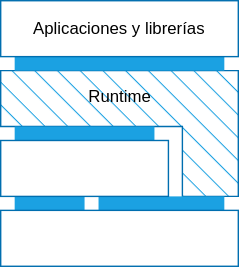
The draw.io diagram diagrams/Virtualization_Process.svg in ucudal/ANDIS_Conceptos, before a commit. Source tidied: cells renumbered, new cells last; positions are measured from the earlier drawing's top-left corner, leaving out a move shared by most shapes. The source it was exported from:
```xml
<mxGraphModel>
  <root>
    <mxCell id="0" />
    <mxCell id="1" parent="0" />
    <mxCell id="2" style="shape=corner;whiteSpace=wrap;html=1;direction=south;dx=40;dy=40;fillColor=#1ba1e2;fontColor=#ffffff;strokeColor=light-dark(#006EAF,#006EAF);fillStyle=hatch;" parent="1" vertex="1">
      <mxGeometry y="50" width="170" height="90" as="geometry" />
    </mxCell>
    <mxCell id="3" style="rounded=0;whiteSpace=wrap;html=1;fillColor=#1ba1e2;fontColor=#ffffff;strokeColor=none;" parent="1" vertex="1">
      <mxGeometry x="10" y="140" width="50" height="10" as="geometry" />
    </mxCell>
    <mxCell id="4" style="rounded=0;whiteSpace=wrap;html=1;fillColor=#1ba1e2;fontColor=#ffffff;strokeColor=none;" parent="1" vertex="1">
      <mxGeometry x="70" y="140" width="90" height="10" as="geometry" />
    </mxCell>
    <mxCell id="5" style="rounded=0;whiteSpace=wrap;html=1;fillColor=#1ba1e2;fontColor=#ffffff;strokeColor=none;" parent="1" vertex="1">
      <mxGeometry x="10" y="90" width="100" height="10" as="geometry" />
    </mxCell>
    <mxCell id="6" style="rounded=0;whiteSpace=wrap;html=1;fillColor=#1ba1e2;fontColor=#ffffff;strokeColor=none;" parent="1" vertex="1">
      <mxGeometry x="10" y="40" width="150" height="10" as="geometry" />
    </mxCell>
    <mxCell id="7" value="Hardware" style="rounded=0;whiteSpace=wrap;html=1;fillColor=none;fontColor=light-dark(#FFFFFF,#006EAF);strokeColor=light-dark(#006EAF,#006EAF);" parent="1" vertex="1">
      <mxGeometry y="150" width="170" height="40" as="geometry" />
    </mxCell>
    <mxCell id="8" value="Sistema operativo" style="rounded=0;whiteSpace=wrap;html=1;fillColor=none;fontColor=light-dark(#FFFFFF,#006EAF);strokeColor=light-dark(#006EAF,#006EAF);" parent="1" vertex="1">
      <mxGeometry y="100" width="120" height="40" as="geometry" />
    </mxCell>
    <mxCell id="9" value="Runtime" style="text;html=1;align=center;verticalAlign=middle;strokeColor=none;fillColor=none;fontColor=light-dark(#000000,#006EAF);" parent="1" vertex="1">
      <mxGeometry x="50" y="54" width="70" height="30" as="geometry" />
    </mxCell>
    <mxCell id="10" value="&lt;span style=&quot;text-wrap-mode: nowrap;&quot;&gt;&lt;font style=&quot;color: light-dark(rgb(0, 0, 0), rgb(0, 110, 175));&quot;&gt;Aplicaciones y librerías&lt;/font&gt;&lt;/span&gt;" style="rounded=0;whiteSpace=wrap;html=1;fillColor=none;fontColor=light-dark(#FFFFFF,#006EAF);strokeColor=light-dark(#006EAF,#006EAF);" parent="1" vertex="1">
      <mxGeometry width="170" height="40" as="geometry" />
    </mxCell>
  </root>
</mxGraphModel>
```
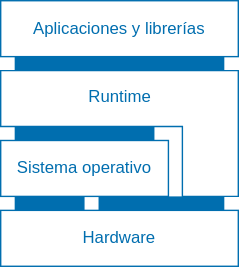
The same file after the commit.

What changed in the source:
```diff
@@ -2,31 +2,31 @@
   <root>
     <mxCell id="0" />
     <mxCell id="1" parent="0" />
-    <mxCell id="2" style="shape=corner;whiteSpace=wrap;html=1;direction=south;dx=40;dy=40;fillColor=#1ba1e2;fontColor=#ffffff;strokeColor=light-dark(#006EAF,#006EAF);fillStyle=hatch;" parent="1" vertex="1">
+    <mxCell id="2" style="shape=corner;whiteSpace=wrap;html=1;direction=south;dx=40;dy=40;fillColor=none;fontColor=light-dark(#006EAF,#006EAF);strokeColor=light-dark(#006EAF,#006EAF);fillStyle=hatch;" parent="1" vertex="1">
       <mxGeometry y="50" width="170" height="90" as="geometry" />
     </mxCell>
-    <mxCell id="3" style="rounded=0;whiteSpace=wrap;html=1;fillColor=#1ba1e2;fontColor=#ffffff;strokeColor=none;" parent="1" vertex="1">
+    <mxCell id="3" style="rounded=0;whiteSpace=wrap;html=1;fillColor=light-dark(#006EAF,#006EAF);fontColor=light-dark(#006EAF,#006EAF);strokeColor=none;" parent="1" vertex="1">
       <mxGeometry x="10" y="140" width="50" height="10" as="geometry" />
     </mxCell>
-    <mxCell id="4" style="rounded=0;whiteSpace=wrap;html=1;fillColor=#1ba1e2;fontColor=#ffffff;strokeColor=none;" parent="1" vertex="1">
+    <mxCell id="4" style="rounded=0;whiteSpace=wrap;html=1;fillColor=light-dark(#006EAF,#006EAF);fontColor=light-dark(#006EAF,#006EAF);strokeColor=none;" parent="1" vertex="1">
       <mxGeometry x="70" y="140" width="90" height="10" as="geometry" />
     </mxCell>
-    <mxCell id="5" style="rounded=0;whiteSpace=wrap;html=1;fillColor=#1ba1e2;fontColor=#ffffff;strokeColor=none;" parent="1" vertex="1">
+    <mxCell id="5" style="rounded=0;whiteSpace=wrap;html=1;fillColor=light-dark(#006EAF,#006EAF);fontColor=light-dark(#006EAF,#006EAF);strokeColor=none;" parent="1" vertex="1">
       <mxGeometry x="10" y="90" width="100" height="10" as="geometry" />
     </mxCell>
-    <mxCell id="6" style="rounded=0;whiteSpace=wrap;html=1;fillColor=#1ba1e2;fontColor=#ffffff;strokeColor=none;" parent="1" vertex="1">
+    <mxCell id="6" style="rounded=0;whiteSpace=wrap;html=1;fillColor=light-dark(#006EAF,#006EAF);fontColor=light-dark(#006EAF,#006EAF);strokeColor=none;" parent="1" vertex="1">
       <mxGeometry x="10" y="40" width="150" height="10" as="geometry" />
     </mxCell>
-    <mxCell id="7" value="Hardware" style="rounded=0;whiteSpace=wrap;html=1;fillColor=none;fontColor=light-dark(#FFFFFF,#006EAF);strokeColor=light-dark(#006EAF,#006EAF);" parent="1" vertex="1">
+    <mxCell id="7" value="Hardware" style="rounded=0;whiteSpace=wrap;html=1;fillColor=none;fontColor=light-dark(#006EAF,#006EAF);strokeColor=light-dark(#006EAF,#006EAF);" parent="1" vertex="1">
       <mxGeometry y="150" width="170" height="40" as="geometry" />
     </mxCell>
-    <mxCell id="8" value="Sistema operativo" style="rounded=0;whiteSpace=wrap;html=1;fillColor=none;fontColor=light-dark(#FFFFFF,#006EAF);strokeColor=light-dark(#006EAF,#006EAF);" parent="1" vertex="1">
+    <mxCell id="8" value="Sistema operativo" style="rounded=0;whiteSpace=wrap;html=1;fillColor=none;fontColor=light-dark(#006EAF,#006EAF);strokeColor=light-dark(#006EAF,#006EAF);" parent="1" vertex="1">
       <mxGeometry y="100" width="120" height="40" as="geometry" />
     </mxCell>
-    <mxCell id="9" value="Runtime" style="text;html=1;align=center;verticalAlign=middle;strokeColor=none;fillColor=none;fontColor=light-dark(#000000,#006EAF);" parent="1" vertex="1">
+    <mxCell id="9" value="Runtime" style="text;html=1;align=center;verticalAlign=middle;strokeColor=none;fillColor=none;fontColor=light-dark(#006EAF,#006EAF);" parent="1" vertex="1">
       <mxGeometry x="50" y="54" width="70" height="30" as="geometry" />
     </mxCell>
-    <mxCell id="10" value="&lt;span style=&quot;text-wrap-mode: nowrap;&quot;&gt;&lt;font style=&quot;color: light-dark(rgb(0, 0, 0), rgb(0, 110, 175));&quot;&gt;Aplicaciones y librerías&lt;/font&gt;&lt;/span&gt;" style="rounded=0;whiteSpace=wrap;html=1;fillColor=none;fontColor=light-dark(#FFFFFF,#006EAF);strokeColor=light-dark(#006EAF,#006EAF);" parent="1" vertex="1">
+    <mxCell id="10" value="&lt;span style=&quot;text-wrap-mode: nowrap;&quot;&gt;&lt;font style=&quot;color: light-dark(rgb(0, 110, 175), rgb(0, 110, 175));&quot;&gt;Aplicaciones y librerías&lt;/font&gt;&lt;/span&gt;" style="rounded=0;whiteSpace=wrap;html=1;fillColor=none;fontColor=light-dark(#006EAF,#006EAF);strokeColor=light-dark(#006EAF,#006EAF);" parent="1" vertex="1">
       <mxGeometry width="170" height="40" as="geometry" />
     </mxCell>
   </root>
```
